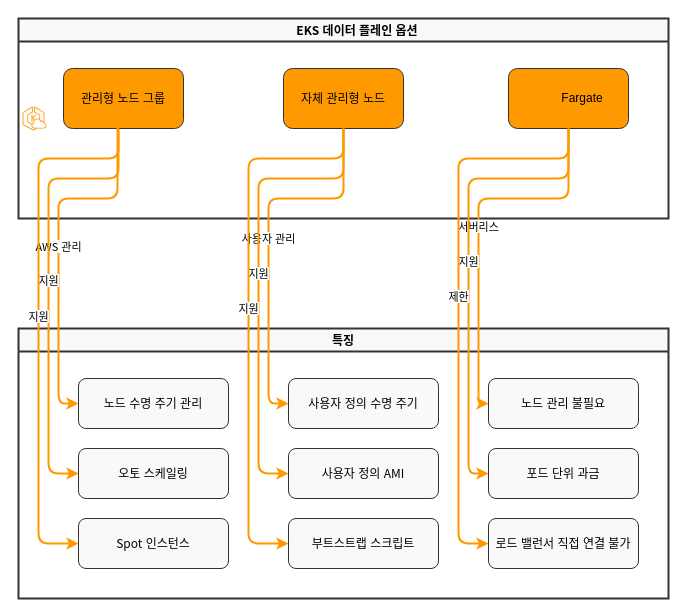
The draw.io diagram assets/generated-diagrams/eks_data_plane_options.drawio in Atom-oh/kubernetes-docs, before the edit. Source tidied: cells renumbered, new cells numbered last; positions are measured from the earlier drawing's top-left corner, leaving out a move shared by most shapes. Both pictures are drawn from the tidied source at 100%, with x=0, y=0 at pixel (18, 18).
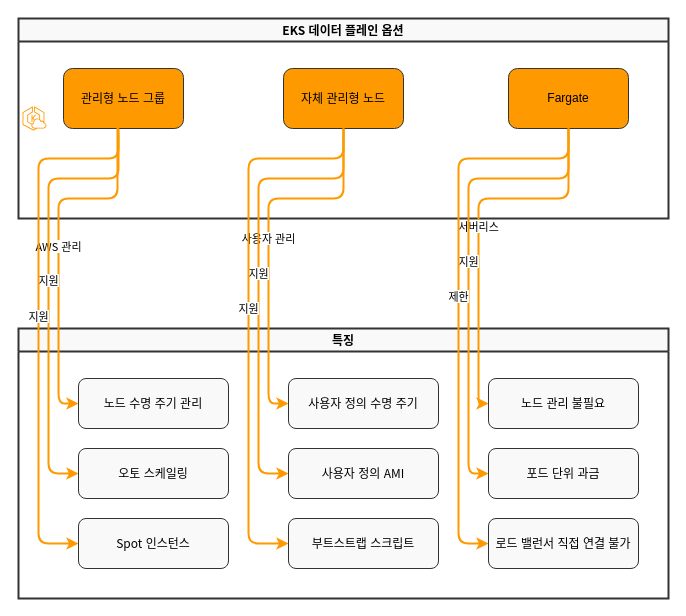
Above is the later version.

What changed in the source:
```diff
@@
-    <mxCell id="2" value="EKS 데이터 플레인 옵션" style="swimlane;whiteSpace=wrap;html=1;fillColor=#f9f9f9;strokeColor=#333333;strokeWidth=2;fontSize=12;fontFamily=Noto Sans CJK KR;spacingLeft=28;" parent="1" vertex="1">
+    <mxCell id="2" value="EKS 데이터 플레인 옵션" style="swimlane;whiteSpace=wrap;html=1;fillColor=#f9f9f9;strokeColor=#333333;strokeWidth=2;fontSize=12;fontFamily=Noto Sans CJK KR;" parent="1" vertex="1">
       <mxGeometry width="650" height="200" as="geometry" />
     </mxCell>
@@
-    <mxCell id="5" value="Fargate" style="rounded=1;whiteSpace=wrap;html=1;fillColor=#FF9900;strokeColor=#333333;strokeWidth=1;fontColor=#000000;fontSize=12;spacingLeft=28;" parent="2" vertex="1">
+    <mxCell id="5" value="Fargate" style="rounded=1;whiteSpace=wrap;html=1;fillColor=#FF9900;strokeColor=#333333;strokeWidth=1;fontColor=#000000;fontSize=12;" parent="2" vertex="1">
       <mxGeometry x="490" y="50" width="120" height="60" as="geometry" />
     </mxCell>
```
